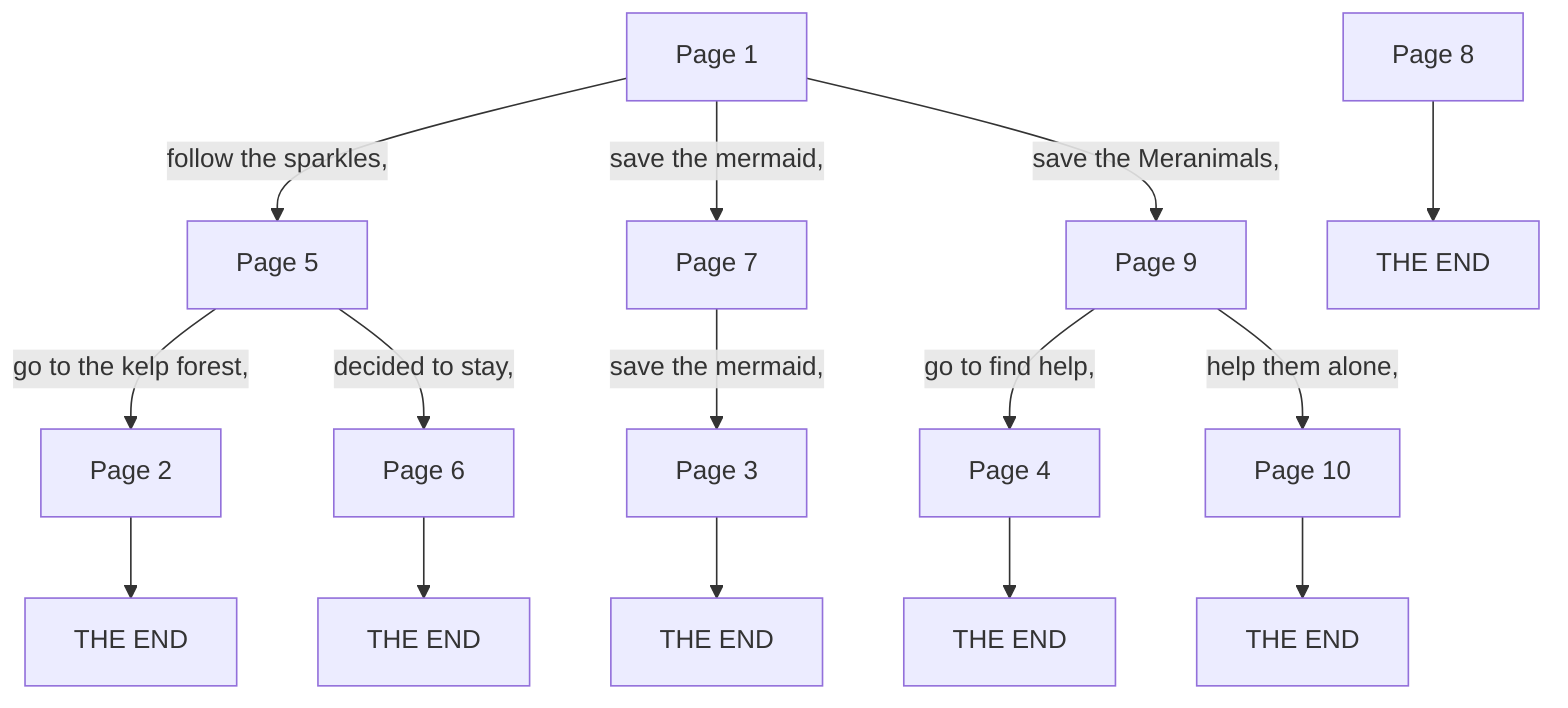
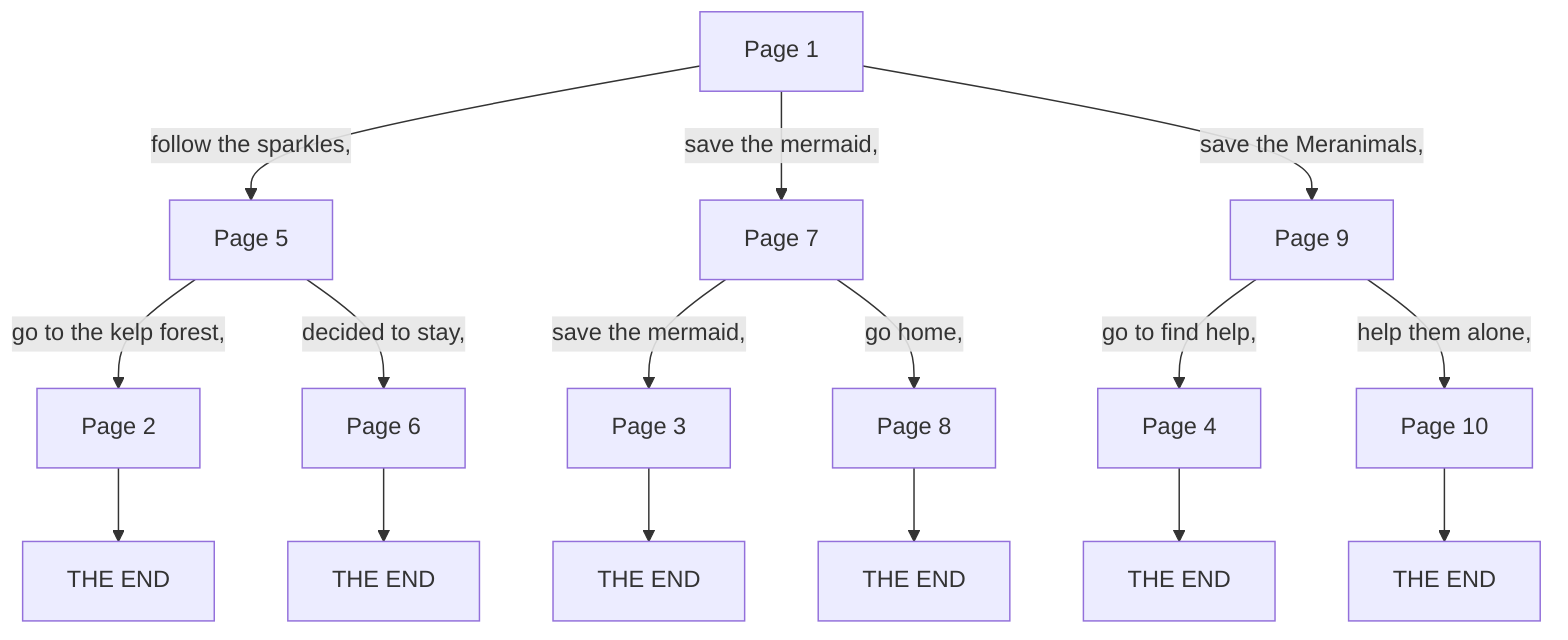
flowchart TD
  P1["Page 1"]
  P2["Page 2"]
  P3["Page 3"]
  P4["Page 4"]
  P5["Page 5"]
  P6["Page 6"]
  P7["Page 7"]
  P8["Page 8"]
  P9["Page 9"]
  P10["Page 10"]
  P1 -->|"follow the sparkles,"| P5
  P1 -->|"save the mermaid,"| P7
  P1 -->|"save the Meranimals,"| P9
  E2["THE END"]
  P2 --> E2
  E3["THE END"]
  P3 --> E3
  E4["THE END"]
  P4 --> E4
  P5 -->|"go to the kelp forest,"| P2
  P5 -->|"decided to stay,"| P6
  E6["THE END"]
  P6 --> E6
  P7 -->|"save the mermaid,"| P3
+   P7 -->|"go home,"| P8
  E8["THE END"]
  P8 --> E8
  P9 -->|"go to find help,"| P4
  P9 -->|"help them alone,"| P10
  E10["THE END"]
  P10 --> E10
